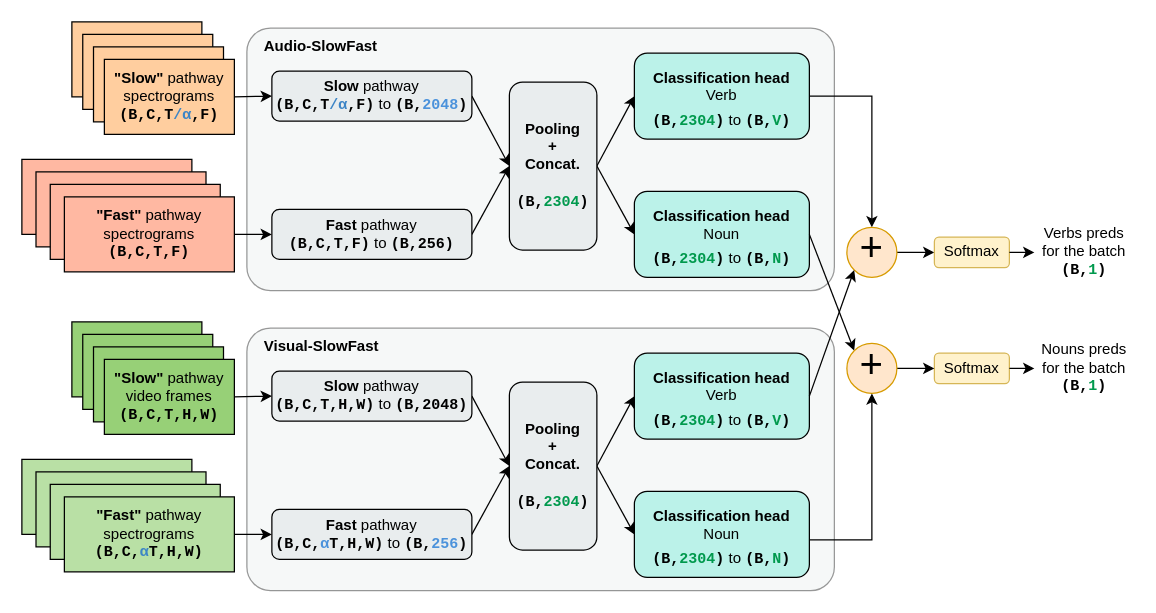
The draw.io diagram page "mm-asf-late" (4 of 9) of res/asf-gru.drawio in ClementSicard/auditory-slow-fast, before the edit. Source tidied: cells renumbered, new cells numbered last; positions are measured from the earlier drawing's top-left corner, leaving out a move shared by most shapes. Both pictures are drawn from the tidied source at 125%, with x=0, y=0 at pixel (21, 21).
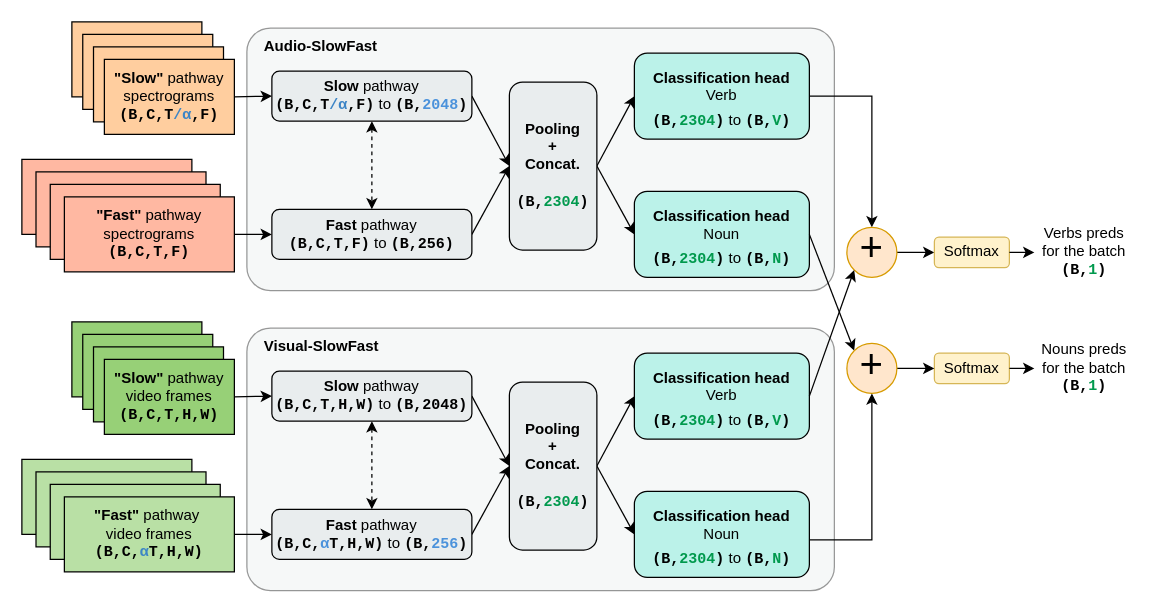
The same page after the edit.

The change refers to these unchanged cells:
```xml
<mxCell id="20" value="&lt;b&gt;Slow&lt;/b&gt; pathway&lt;br&gt;&lt;font style=&quot;font-weight: bold;&quot; face=&quot;Courier New&quot;&gt;(B,C,T&lt;/font&gt;&lt;span style=&quot;font-weight: bold; font-family: &amp;quot;Courier New&amp;quot;; border-color: var(--border-color); font-size: 9pt; font-variant-numeric: normal; font-variant-east-asian: normal; background-color: transparent; color: rgb(61, 133, 198); vertical-align: baseline;&quot;&gt;/α&lt;/span&gt;&lt;span style=&quot;border-color: var(--border-color); font-size: 9pt; font-variant-numeric: normal; font-variant-east-asian: normal; background-color: transparent; vertical-align: baseline;&quot;&gt;&lt;font style=&quot;font-weight: bold;&quot; face=&quot;Courier New&quot;&gt;,F)&lt;/font&gt;&amp;nbsp;to&amp;nbsp;&lt;/span&gt;&lt;b style=&quot;border-color: var(--border-color); font-family: &amp;quot;Courier New&amp;quot;;&quot;&gt;(B,&lt;font color=&quot;#4b92db&quot;&gt;2048&lt;/font&gt;&lt;span style=&quot;border-color: var(--border-color); font-size: 9pt; font-variant-numeric: normal; font-variant-east-asian: normal; background-color: transparent; vertical-align: baseline;&quot;&gt;)&lt;/span&gt;&lt;/b&gt;" style="rounded=1;whiteSpace=wrap;html=1;strokeColor=#000000;fontFamily=CMU Serif;fontSize=12;fontColor=#000000;fillColor=#E9EDEE;" parent="1" vertex="1">
  <mxGeometry x="200" y="39.4" width="160" height="40" as="geometry" />
</mxCell>
<mxCell id="22" value="&lt;b&gt;Fast&lt;/b&gt; pathway&lt;br&gt;&lt;font style=&quot;font-weight: bold;&quot; face=&quot;Courier New&quot;&gt;(B,C,T&lt;/font&gt;&lt;span style=&quot;border-color: var(--border-color); font-size: 9pt; font-variant-numeric: normal; font-variant-east-asian: normal; background-color: transparent; vertical-align: baseline;&quot;&gt;&lt;font style=&quot;font-weight: bold;&quot; face=&quot;Courier New&quot;&gt;,F)&lt;/font&gt;&amp;nbsp;to&amp;nbsp;&lt;/span&gt;&lt;b style=&quot;border-color: var(--border-color); font-family: &amp;quot;Courier New&amp;quot;;&quot;&gt;(B,256&lt;span style=&quot;border-color: var(--border-color); font-size: 9pt; font-variant-numeric: normal; font-variant-east-asian: normal; background-color: transparent; vertical-align: baseline;&quot;&gt;)&lt;/span&gt;&lt;/b&gt;" style="rounded=1;whiteSpace=wrap;html=1;strokeColor=#000000;fontFamily=CMU Serif;fontSize=12;fontColor=#000000;fillColor=#E9EDEE;" parent="1" vertex="1">
  <mxGeometry x="200" y="150" width="160" height="40" as="geometry" />
</mxCell>
<mxCell id="36" style="group;" parent="1" vertex="1">
  <mxGeometry y="350" width="170" height="90" as="geometry" />
</mxCell>
<mxCell id="48" value="&lt;b&gt;Slow&lt;/b&gt; pathway&lt;br&gt;&lt;font style=&quot;font-weight: bold;&quot; face=&quot;Courier New&quot;&gt;(B,C,T,H,W&lt;/font&gt;&lt;span style=&quot;border-color: var(--border-color); font-size: 9pt; font-variant-numeric: normal; font-variant-east-asian: normal; background-color: transparent; vertical-align: baseline;&quot;&gt;&lt;font style=&quot;font-weight: bold;&quot; face=&quot;Courier New&quot;&gt;)&lt;/font&gt;&amp;nbsp;to&amp;nbsp;&lt;/span&gt;&lt;b style=&quot;border-color: var(--border-color); font-family: &amp;quot;Courier New&amp;quot;;&quot;&gt;(B,2048&lt;span style=&quot;border-color: var(--border-color); font-size: 9pt; font-variant-numeric: normal; font-variant-east-asian: normal; background-color: transparent; vertical-align: baseline;&quot;&gt;)&lt;/span&gt;&lt;/b&gt;" style="rounded=1;whiteSpace=wrap;html=1;strokeColor=#000000;fontFamily=CMU Serif;fontSize=12;fontColor=#000000;fillColor=#E9EDEE;" parent="1" vertex="1">
  <mxGeometry x="200" y="279.4" width="160" height="40" as="geometry" />
</mxCell>
<mxCell id="50" value="&lt;b&gt;Fast&lt;/b&gt; pathway&lt;br&gt;&lt;font style=&quot;font-weight: bold;&quot; face=&quot;Courier New&quot;&gt;(B,C,&lt;/font&gt;&lt;b style=&quot;border-color: var(--border-color); font-family: Helvetica;&quot;&gt;&lt;font style=&quot;border-color: var(--border-color);&quot; face=&quot;Courier New&quot;&gt;&lt;font color=&quot;#4b92db&quot;&gt;α&lt;/font&gt;&lt;span style=&quot;border-color: var(--border-color); font-size: 9pt; background-color: transparent; font-variant-numeric: normal; font-variant-east-asian: normal; vertical-align: baseline;&quot;&gt;T&lt;/span&gt;&lt;/font&gt;&lt;/b&gt;&lt;span style=&quot;border-color: var(--border-color); font-size: 9pt; font-variant-numeric: normal; font-variant-east-asian: normal; background-color: transparent; vertical-align: baseline;&quot;&gt;&lt;font style=&quot;font-weight: bold;&quot; face=&quot;Courier New&quot;&gt;,H,W)&lt;/font&gt;&amp;nbsp;to&amp;nbsp;&lt;/span&gt;&lt;b style=&quot;border-color: var(--border-color); font-family: &amp;quot;Courier New&amp;quot;;&quot;&gt;(B,&lt;font color=&quot;#4b92db&quot;&gt;256&lt;/font&gt;&lt;span style=&quot;border-color: var(--border-color); font-size: 9pt; font-variant-numeric: normal; font-variant-east-asian: normal; background-color: transparent; vertical-align: baseline;&quot;&gt;)&lt;/span&gt;&lt;/b&gt;" style="rounded=1;whiteSpace=wrap;html=1;strokeColor=#000000;fontFamily=CMU Serif;fontSize=12;fontColor=#000000;fillColor=#E9EDEE;" parent="1" vertex="1">
  <mxGeometry x="200" y="390" width="160" height="40" as="geometry" />
</mxCell>
```

The edit, as a diff of the source:
```diff
@@
+    <mxCell id="68" style="edgeStyle=orthogonalEdgeStyle;rounded=0;jettySize=auto;html=1;exitX=0.5;exitY=1;exitDx=0;exitDy=0;entryX=0.5;entryY=0;entryDx=0;entryDy=0;dashed=1;startArrow=classic;startFill=1;" parent="1" edge="1" source="20" target="22">
+      <mxGeometry relative="1" as="geometry" />
+    </mxCell>
@@
-    <mxCell id="40" value="&lt;p style=&quot;line-height: 1.2; margin-top: 0pt; margin-bottom: 0pt;&quot; dir=&quot;ltr&quot;&gt;&lt;/p&gt;&lt;p style=&quot;line-height: 1.2; margin-top: 0pt; margin-bottom: 0pt;&quot; dir=&quot;ltr&quot;&gt;&lt;span style=&quot;font-size: 9pt; background-color: transparent; font-variant-numeric: normal; font-variant-east-asian: normal; vertical-align: baseline;&quot;&gt;&lt;font face=&quot;CMU Serif&quot;&gt;&lt;span style=&quot;border-color: var(--border-color); font-size: 9pt; font-variant-numeric: normal; font-variant-east-asian: normal; background-color: transparent; vertical-align: baseline;&quot;&gt;&lt;b style=&quot;&quot;&gt;&quot;Fast&quot;&lt;/b&gt;&lt;/span&gt;&lt;span style=&quot;font-weight: 400; border-color: var(--border-color); font-size: 9pt; font-variant-numeric: normal; font-variant-east-asian: normal; background-color: transparent; vertical-align: baseline;&quot;&gt; &lt;/span&gt;&lt;span style=&quot;font-weight: 400; border-color: var(--border-color); font-size: 9pt; font-variant-numeric: normal; font-variant-east-asian: normal; background-color: transparent; vertical-align: baseline;&quot;&gt;pathway spectrograms&lt;/span&gt;&lt;/font&gt;&lt;br&gt;&lt;/span&gt;&lt;/p&gt;&lt;p style=&quot;line-height: 1.2; margin-top: 0pt; margin-bottom: 0pt;&quot; dir=&quot;ltr&quot;&gt;&lt;/p&gt;&lt;div&gt;&lt;/div&gt;&lt;span style=&quot;font-size: 9pt; background-color: transparent; font-weight: 700; font-variant-numeric: normal; font-variant-east-asian: normal; vertical-align: baseline;&quot;&gt;&lt;font face=&quot;Courier New, monospace&quot;&gt;(B,C,&lt;/font&gt;&lt;b style=&quot;border-color: var(--border-color);&quot;&gt;&lt;font face=&quot;Courier New&quot;&gt;&lt;span style=&quot;border-color: var(--border-color); font-size: 9pt; color: rgb(61, 133, 198); background-color: transparent; font-variant-numeric: normal; font-variant-east-asian: normal; vertical-align: baseline;&quot;&gt;α&lt;/span&gt;&lt;span style=&quot;border-color: var(--border-color); font-size: 9pt; background-color: transparent; font-variant-numeric: normal; font-variant-east-asian: normal; vertical-align: baseline;&quot;&gt;T&lt;/span&gt;&lt;/font&gt;&lt;/b&gt;&lt;/span&gt;&lt;span style=&quot;font-size: 9pt; font-family: &amp;quot;Courier New&amp;quot;, monospace; background-color: transparent; font-weight: 700; font-variant-numeric: normal; font-variant-east-asian: normal; vertical-align: baseline;&quot;&gt;,H,W)&lt;/span&gt;&lt;span id=&quot;docs-internal-guid-2b2f71f9-7fff-df35-81ae-ea4819bf869a&quot;&gt;&lt;/span&gt;" style="rounded=0;whiteSpace=wrap;html=1;fillColor=#B9E0A5;strokeColor=#000000;" parent="36" vertex="1">
+    <mxCell id="40" value="&lt;p style=&quot;line-height: 1.2; margin-top: 0pt; margin-bottom: 0pt;&quot; dir=&quot;ltr&quot;&gt;&lt;/p&gt;&lt;p style=&quot;line-height: 1.2; margin-top: 0pt; margin-bottom: 0pt;&quot; dir=&quot;ltr&quot;&gt;&lt;span style=&quot;font-size: 9pt; background-color: transparent; font-variant-numeric: normal; font-variant-east-asian: normal; vertical-align: baseline;&quot;&gt;&lt;font face=&quot;CMU Serif&quot;&gt;&lt;span style=&quot;border-color: var(--border-color); font-size: 9pt; font-variant-numeric: normal; font-variant-east-asian: normal; background-color: transparent; vertical-align: baseline;&quot;&gt;&lt;b style=&quot;&quot;&gt;&quot;Fast&quot;&lt;/b&gt;&lt;/span&gt;&lt;span style=&quot;font-weight: 400; border-color: var(--border-color); font-size: 9pt; font-variant-numeric: normal; font-variant-east-asian: normal; background-color: transparent; vertical-align: baseline;&quot;&gt; &lt;/span&gt;&lt;span style=&quot;font-weight: 400; border-color: var(--border-color); font-size: 9pt; font-variant-numeric: normal; font-variant-east-asian: normal; background-color: transparent; vertical-align: baseline;&quot;&gt;pathway&amp;nbsp;&lt;/span&gt;&lt;/font&gt;&lt;/span&gt;&lt;/p&gt;&lt;p style=&quot;line-height: 1.2; margin-top: 0pt; margin-bottom: 0pt;&quot; dir=&quot;ltr&quot;&gt;&lt;span style=&quot;font-size: 9pt; background-color: transparent; font-variant-numeric: normal; font-variant-east-asian: normal; vertical-align: baseline;&quot;&gt;&lt;font face=&quot;CMU Serif&quot;&gt;&lt;span style=&quot;font-weight: 400; border-color: var(--border-color); font-size: 9pt; font-variant-numeric: normal; font-variant-east-asian: normal; background-color: transparent; vertical-align: baseline;&quot;&gt;video frames&lt;/span&gt;&lt;/font&gt;&lt;br&gt;&lt;/span&gt;&lt;/p&gt;&lt;p style=&quot;line-height: 1.2; margin-top: 0pt; margin-bottom: 0pt;&quot; dir=&quot;ltr&quot;&gt;&lt;/p&gt;&lt;div&gt;&lt;/div&gt;&lt;span style=&quot;font-size: 9pt; background-color: transparent; font-weight: 700; font-variant-numeric: normal; font-variant-east-asian: normal; vertical-align: baseline;&quot;&gt;&lt;font face=&quot;Courier New, monospace&quot;&gt;(B,C,&lt;/font&gt;&lt;b style=&quot;border-color: var(--border-color);&quot;&gt;&lt;font face=&quot;Courier New&quot;&gt;&lt;span style=&quot;border-color: var(--border-color); font-size: 9pt; color: rgb(61, 133, 198); background-color: transparent; font-variant-numeric: normal; font-variant-east-asian: normal; vertical-align: baseline;&quot;&gt;α&lt;/span&gt;&lt;span style=&quot;border-color: var(--border-color); font-size: 9pt; background-color: transparent; font-variant-numeric: normal; font-variant-east-asian: normal; vertical-align: baseline;&quot;&gt;T&lt;/span&gt;&lt;/font&gt;&lt;/b&gt;&lt;/span&gt;&lt;span style=&quot;font-size: 9pt; font-family: &amp;quot;Courier New&amp;quot;, monospace; background-color: transparent; font-weight: 700; font-variant-numeric: normal; font-variant-east-asian: normal; vertical-align: baseline;&quot;&gt;,H,W)&lt;/span&gt;&lt;span id=&quot;docs-internal-guid-2b2f71f9-7fff-df35-81ae-ea4819bf869a&quot;&gt;&lt;/span&gt;" style="rounded=0;whiteSpace=wrap;html=1;fillColor=#B9E0A5;strokeColor=#000000;" parent="36" vertex="1">
       <mxGeometry x="34" y="30" width="136" height="60" as="geometry" />
     </mxCell>
@@
+    <mxCell id="69" style="edgeStyle=orthogonalEdgeStyle;rounded=0;jettySize=auto;html=1;exitX=0.5;exitY=1;exitDx=0;exitDy=0;entryX=0.5;entryY=0;entryDx=0;entryDy=0;dashed=1;startArrow=classic;startFill=1;" parent="1" edge="1" source="48" target="50">
+      <mxGeometry relative="1" as="geometry" />
+    </mxCell>
```
